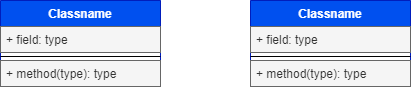
Before: UML/ejercicio_d.png, a diagram exported from draw.io (jzazooro/Entregaporparejas). Source tidied: cells renumbered, new cells last; positions are measured from the earlier drawing's top-left corner, leaving out a move shared by most shapes.
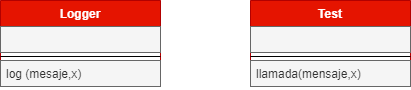
After the change.

Commit message:
ACABADO UML D

What changed in the source:
```diff
@@ -2,28 +2,28 @@
   <root>
     <mxCell id="0" />
     <mxCell id="1" parent="0" />
-    <mxCell id="2" value="Classname" style="swimlane;fontStyle=1;align=center;verticalAlign=top;horizontal=1;startSize=26;fillColor=#0050ef;strokeColor=#001DBC;fontColor=#ffffff;" parent="1" vertex="1">
+    <mxCell id="2" value="Logger" style="swimlane;fontStyle=1;align=center;verticalAlign=top;horizontal=1;startSize=26;fillColor=#e51400;strokeColor=#B20000;fontColor=#ffffff;" parent="1" vertex="1">
       <mxGeometry width="160" height="86" as="geometry" />
     </mxCell>
-    <mxCell id="3" value="+ field: type" style="text;strokeColor=#666666;fillColor=#f5f5f5;align=left;verticalAlign=top;spacingLeft=4;spacingRight=4;overflow=hidden;fontColor=#333333;" parent="2" vertex="1">
+    <mxCell id="3" value=" " style="text;strokeColor=#666666;fillColor=#f5f5f5;align=left;verticalAlign=top;spacingLeft=4;spacingRight=4;overflow=hidden;fontColor=#333333;" parent="2" vertex="1">
       <mxGeometry y="26" width="160" height="26" as="geometry" />
     </mxCell>
     <mxCell id="4" style="line;strokeWidth=1;fillColor=none;align=left;verticalAlign=middle;spacingTop=-1;spacingLeft=3;spacingRight=3;labelPosition=right;" parent="2" vertex="1">
       <mxGeometry y="52" width="160" height="8" as="geometry" />
     </mxCell>
-    <mxCell id="5" value="+ method(type): type" style="text;strokeColor=#666666;fillColor=#f5f5f5;align=left;verticalAlign=top;spacingLeft=4;spacingRight=4;overflow=hidden;fontColor=#333333;" parent="2" vertex="1">
+    <mxCell id="5" value="log (mesaje,x)" style="text;strokeColor=#666666;fillColor=#f5f5f5;align=left;verticalAlign=top;spacingLeft=4;spacingRight=4;overflow=hidden;fontColor=#333333;" parent="2" vertex="1">
       <mxGeometry y="60" width="160" height="26" as="geometry" />
     </mxCell>
-    <mxCell id="6" value="Classname" style="swimlane;fontStyle=1;align=center;verticalAlign=top;horizontal=1;startSize=26;fillColor=#0050ef;strokeColor=#001DBC;fontColor=#ffffff;" parent="1" vertex="1">
+    <mxCell id="6" value="Test" style="swimlane;fontStyle=1;align=center;verticalAlign=top;horizontal=1;startSize=26;fillColor=#e51400;strokeColor=#B20000;fontColor=#ffffff;" parent="1" vertex="1">
       <mxGeometry x="250" width="160" height="86" as="geometry" />
     </mxCell>
-    <mxCell id="7" value="+ field: type" style="text;strokeColor=#666666;fillColor=#f5f5f5;align=left;verticalAlign=top;spacingLeft=4;spacingRight=4;overflow=hidden;fontColor=#333333;" parent="6" vertex="1">
+    <mxCell id="7" value=" " style="text;strokeColor=#666666;fillColor=#f5f5f5;align=left;verticalAlign=top;spacingLeft=4;spacingRight=4;overflow=hidden;fontColor=#333333;" parent="6" vertex="1">
       <mxGeometry y="26" width="160" height="26" as="geometry" />
     </mxCell>
     <mxCell id="8" style="line;strokeWidth=1;fillColor=none;align=left;verticalAlign=middle;spacingTop=-1;spacingLeft=3;spacingRight=3;labelPosition=right;" parent="6" vertex="1">
       <mxGeometry y="52" width="160" height="8" as="geometry" />
     </mxCell>
-    <mxCell id="9" value="+ method(type): type" style="text;strokeColor=#666666;fillColor=#f5f5f5;align=left;verticalAlign=top;spacingLeft=4;spacingRight=4;overflow=hidden;fontColor=#333333;" parent="6" vertex="1">
+    <mxCell id="9" value="llamada(mensaje,x)" style="text;strokeColor=#666666;fillColor=#f5f5f5;align=left;verticalAlign=top;spacingLeft=4;spacingRight=4;overflow=hidden;fontColor=#333333;" parent="6" vertex="1">
       <mxGeometry y="60" width="160" height="26" as="geometry" />
     </mxCell>
   </root>
```
